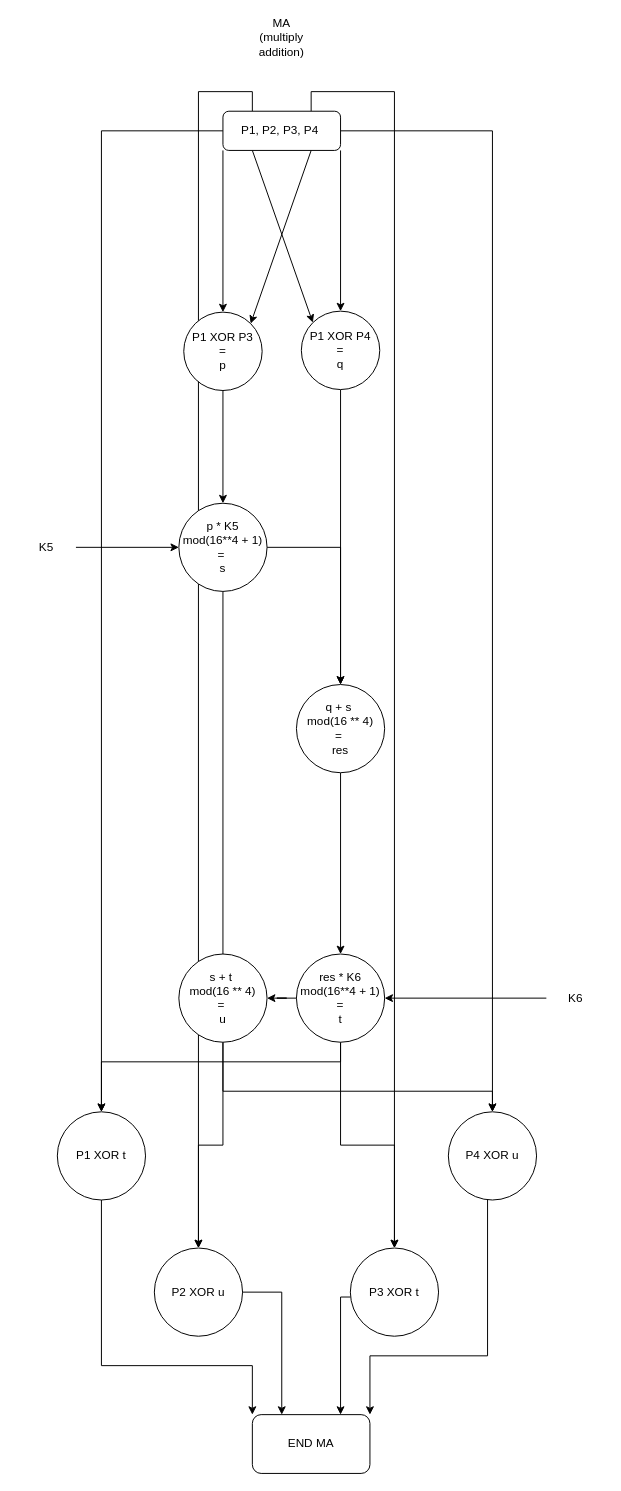
Before: page "multiply addition" (2 of 2) of IDEA.drawio in Vladislav1809/IDEA_course_work, a draw.io diagram. Source tidied: cells renumbered, new cells numbered last; positions are measured from the earlier drawing's top-left corner, leaving out a move shared by most shapes. Both pictures are drawn from the tidied source at 98%, with x=0, y=0 at pixel (17, 23).
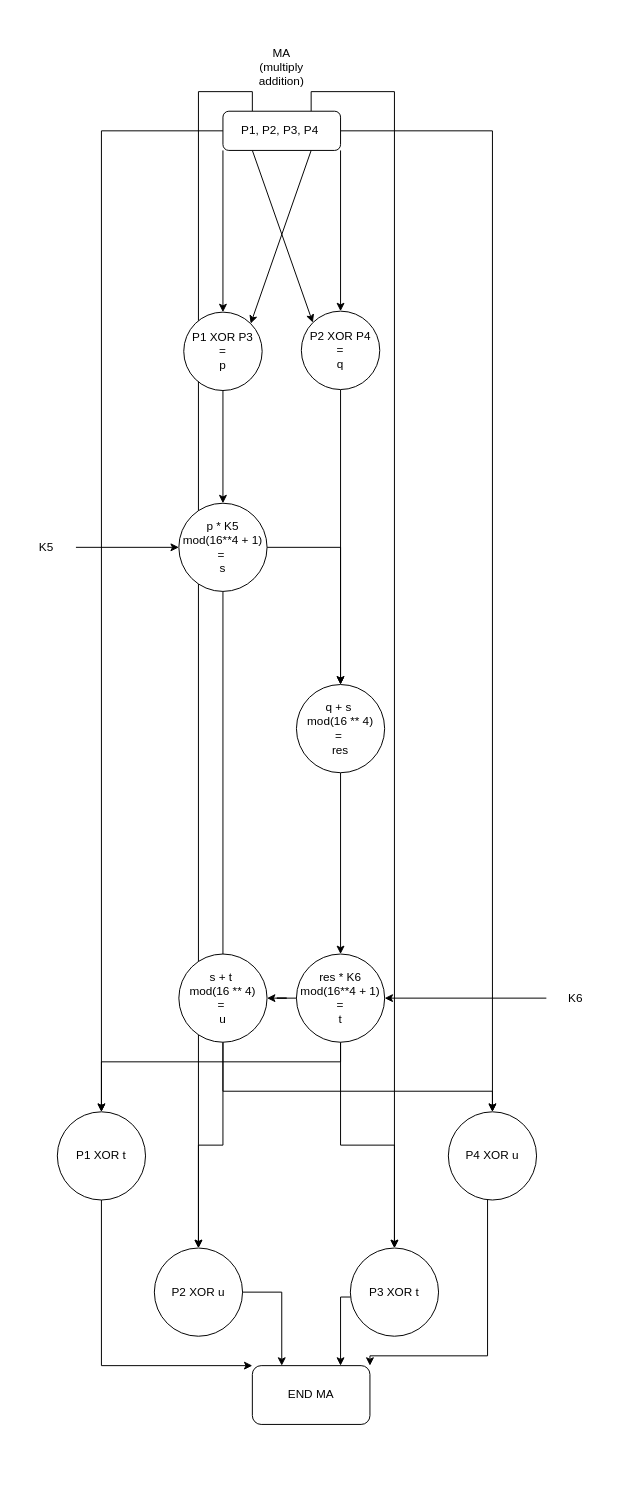
The same diagram, later.

Commit message:
fix(IDEA.drawio): исправил опечатку в схеме

What changed in the source:
```diff
@@
     <mxCell id="7" value="MA&lt;br&gt;(multiply addition)" style="text;html=1;strokeColor=none;fillColor=none;align=center;verticalAlign=middle;whiteSpace=wrap;rounded=0;" parent="1" vertex="1">
-      <mxGeometry x="240" width="60" height="30" as="geometry" />
+      <mxGeometry x="240" y="30" width="60" height="30" as="geometry" />
     </mxCell>
@@
-    <mxCell id="14" value="P1 XOR P4&lt;br&gt;=&lt;br&gt;q" style="ellipse;whiteSpace=wrap;html=1;" parent="1" vertex="1">
+    <mxCell id="14" value="P2 XOR P4&lt;br&gt;=&lt;br&gt;q" style="ellipse;whiteSpace=wrap;html=1;" parent="1" vertex="1">
       <mxGeometry x="290" y="294" width="80" height="80" as="geometry" />
     </mxCell>
@@
     <mxCell id="40" value="END MA" style="rounded=1;whiteSpace=wrap;html=1;" parent="1" vertex="1">
-      <mxGeometry x="240" y="1420" width="120" height="60" as="geometry" />
+      <mxGeometry x="240" y="1370" width="120" height="60" as="geometry" />
     </mxCell>
```
